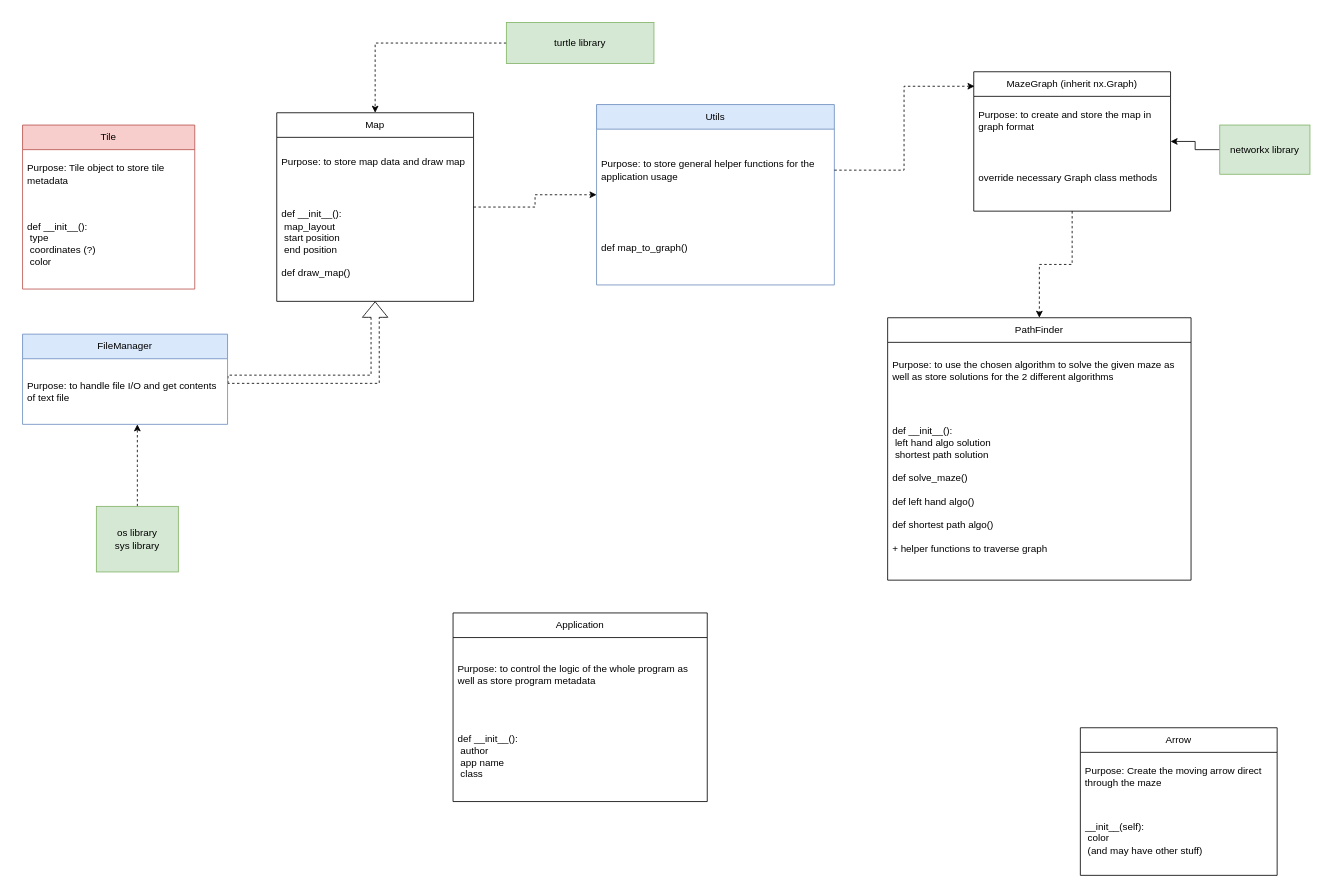
Before: page "Class Design" (1 of 3) of diagrams/program_diagrams.drawio in junnjiee16/ST1507-DSAA-Maze-Solver, a draw.io diagram. Source tidied: cells renumbered, new cells numbered last; positions are measured from the earlier drawing's top-left corner, leaving out a move shared by most shapes. Both pictures are drawn from the tidied source at 82%, with x=0, y=0 at pixel (22, 22).
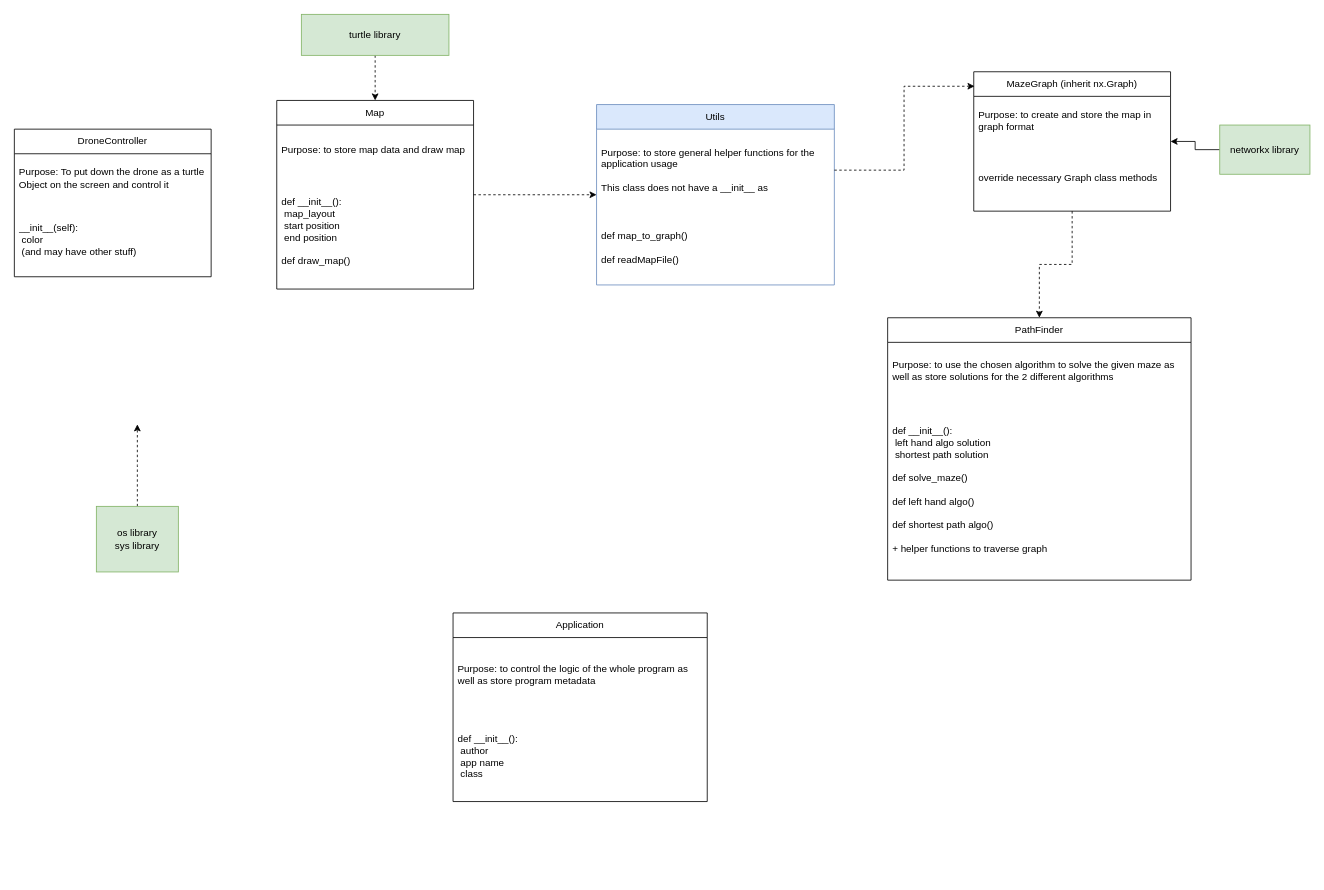
The same diagram, later.

The change refers to these unchanged cells:
```xml
<mxCell id="24" value="os library&lt;br&gt;sys library" style="rounded=0;whiteSpace=wrap;html=1;fillColor=#d5e8d4;strokeColor=#82b366;" parent="1" vertex="1">
  <mxGeometry x="90" y="590" width="100" height="80" as="geometry" />
</mxCell>
<mxCell id="31" value="Utils" style="swimlane;fontStyle=0;horizontal=1;startSize=30;whiteSpace=wrap;html=1;fillColor=#dae8fc;strokeColor=#6c8ebf;" parent="1" vertex="1">
  <mxGeometry x="700" y="100" width="290" height="220" as="geometry" />
</mxCell>
```

Diff of the diagram source:
```diff
@@
-    <mxCell id="2" value="Tile" style="swimlane;fontStyle=0;horizontal=1;startSize=30;whiteSpace=wrap;html=1;fillColor=#f8cecc;strokeColor=#b85450;" parent="1" vertex="1">
-      <mxGeometry y="125" width="210" height="200" as="geometry" />
-    </mxCell>
-    <mxCell id="3" value="Purpose: Tile object to store tile metadata" style="text;strokeColor=none;fillColor=none;align=left;verticalAlign=middle;spacingLeft=4;spacingRight=4;overflow=hidden;whiteSpace=wrap;html=1;" parent="2" vertex="1">
-      <mxGeometry y="30" width="210" height="60" as="geometry" />
-    </mxCell>
-    <mxCell id="4" value="def __init__():&lt;br&gt;&lt;span style=&quot;white-space: pre;&quot;&gt; &lt;/span&gt;type&lt;br&gt;&lt;span style=&quot;white-space: pre;&quot;&gt;&lt;span style=&quot;white-space: pre;&quot;&gt; &lt;/span&gt;coordinates (?)&lt;/span&gt;&lt;br&gt;&lt;span style=&quot;white-space: pre;&quot;&gt;&lt;span style=&quot;white-space: pre;&quot;&gt; &lt;/span&gt;color&lt;/span&gt;" style="text;strokeColor=none;fillColor=none;align=left;verticalAlign=middle;spacingLeft=4;spacingRight=4;overflow=hidden;whiteSpace=wrap;html=1;" parent="2" vertex="1">
-      <mxGeometry y="90" width="210" height="110" as="geometry" />
-    </mxCell>
@@
     <mxCell id="6" value="turtle library" style="rounded=0;whiteSpace=wrap;html=1;fillColor=#d5e8d4;strokeColor=#82b366;" parent="1" vertex="1">
-      <mxGeometry x="590" width="180" height="50" as="geometry" />
+      <mxGeometry x="340" y="-10" width="180" height="50" as="geometry" />
     </mxCell>
-    <mxCell id="7" value="Arrow" style="swimlane;fontStyle=0;horizontal=1;startSize=30;whiteSpace=wrap;html=1;" parent="1" vertex="1">
-      <mxGeometry x="1290" y="860" width="240" height="180" as="geometry" />
+    <mxCell id="7" value="DroneController" style="swimlane;fontStyle=0;horizontal=1;startSize=30;whiteSpace=wrap;html=1;" parent="1" vertex="1">
+      <mxGeometry x="-10" y="130" width="240" height="180" as="geometry" />
     </mxCell>
-    <mxCell id="8" value="Purpose: Create the moving arrow direct through the maze" style="text;strokeColor=none;fillColor=none;align=left;verticalAlign=middle;spacingLeft=4;spacingRight=4;overflow=hidden;whiteSpace=wrap;html=1;" parent="7" vertex="1">
+    <mxCell id="8" value="Purpose: To put down the drone as a turtle Object on the screen and control it" style="text;strokeColor=none;fillColor=none;align=left;verticalAlign=middle;spacingLeft=4;spacingRight=4;overflow=hidden;whiteSpace=wrap;html=1;" parent="7" vertex="1">
       <mxGeometry y="30" width="240" height="60" as="geometry" />
     </mxCell>
@@
     <mxCell id="11" value="Map" style="swimlane;fontStyle=0;horizontal=1;startSize=30;whiteSpace=wrap;html=1;" parent="1" vertex="1">
-      <mxGeometry x="310" y="110" width="240" height="230" as="geometry" />
+      <mxGeometry x="310" y="95" width="240" height="230" as="geometry" />
     </mxCell>
@@
-    <mxCell id="14" style="edgeStyle=orthogonalEdgeStyle;rounded=0;jettySize=auto;html=1;dashed=1;shape=flexArrow;" parent="1" edge="1" source="15" target="11">
-      <mxGeometry relative="1" as="geometry" />
-    </mxCell>
-    <mxCell id="15" value="FileManager" style="swimlane;fontStyle=0;horizontal=1;startSize=30;whiteSpace=wrap;html=1;fillColor=#dae8fc;strokeColor=#6c8ebf;" parent="1" vertex="1">
-      <mxGeometry y="380" width="250" height="110" as="geometry" />
-    </mxCell>
-    <mxCell id="16" value="Purpose: to handle file I/O and get contents of text file" style="text;strokeColor=none;fillColor=none;align=left;verticalAlign=middle;spacingLeft=4;spacingRight=4;overflow=hidden;whiteSpace=wrap;html=1;" parent="15" vertex="1">
-      <mxGeometry y="30" width="250" height="80" as="geometry" />
-    </mxCell>
@@
-    <mxCell id="23" style="edgeStyle=orthogonalEdgeStyle;rounded=0;jettySize=auto;html=1;dashed=1;" parent="1" edge="1" source="24" target="15">
+    <mxCell id="23" style="edgeStyle=orthogonalEdgeStyle;rounded=0;jettySize=auto;html=1;dashed=1;" parent="1" edge="1" source="24">
       <mxGeometry relative="1" as="geometry">
+        <mxPoint x="140" y="490" as="targetPoint" />
         <Array as="points">
           <mxPoint x="140" y="540" />
           <mxPoint x="140" y="540" />
         </Array>
       </mxGeometry>
     </mxCell>
@@
-    <mxCell id="32" value="Purpose: to store general helper functions for the application usage" style="text;strokeColor=none;fillColor=none;align=left;verticalAlign=middle;spacingLeft=4;spacingRight=4;overflow=hidden;points=[[0,0.5],[1,0.5]];portConstraint=eastwest;whiteSpace=wrap;html=1;" parent="31" vertex="1">
+    <mxCell id="32" value="Purpose: to store general helper functions for the application usage&lt;br&gt;&lt;br&gt;This class does not have a __init__ as&amp;nbsp;" style="text;strokeColor=none;fillColor=none;align=left;verticalAlign=middle;spacingLeft=4;spacingRight=4;overflow=hidden;points=[[0,0.5],[1,0.5]];portConstraint=eastwest;whiteSpace=wrap;html=1;" parent="31" vertex="1">
       <mxGeometry y="30" width="290" height="100" as="geometry" />
     </mxCell>
-    <mxCell id="33" value="def map_to_graph()" style="text;strokeColor=none;fillColor=none;align=left;verticalAlign=middle;spacingLeft=4;spacingRight=4;overflow=hidden;whiteSpace=wrap;html=1;" parent="31" vertex="1">
+    <mxCell id="33" value="def map_to_graph()&lt;br&gt;&lt;br&gt;def readMapFile()" style="text;strokeColor=none;fillColor=none;align=left;verticalAlign=middle;spacingLeft=4;spacingRight=4;overflow=hidden;whiteSpace=wrap;html=1;" parent="31" vertex="1">
       <mxGeometry y="130" width="290" height="90" as="geometry" />
     </mxCell>
```
